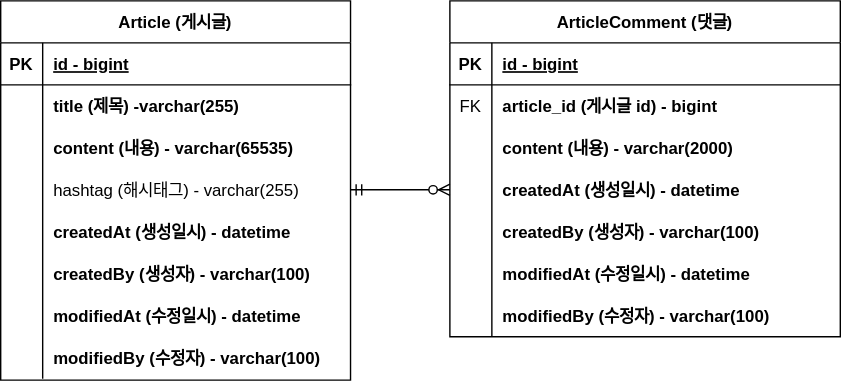
The draw.io diagram document/project-board-erd.svg in newheartbom/project-board, before a commit. Source tidied: cells renumbered, new cells last; positions are measured from the earlier drawing's top-left corner, leaving out a move shared by most shapes.
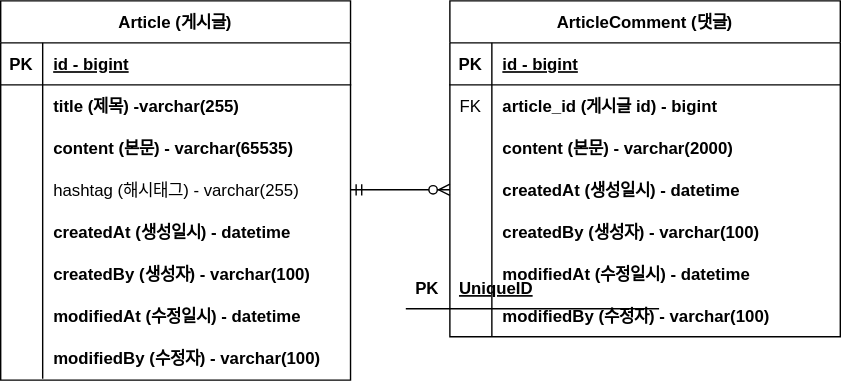
After the commit.

Commit message:
#6 - ERD 주석 업데이트

Change to the diagram source:
```diff
@@ -39,7 +39,7 @@
     <mxCell id="12" style="shape=partialRectangle;fillColor=none;top=0;left=0;bottom=0;right=0;overflow=hidden;" parent="11" vertex="1">
       <mxGeometry width="30" height="30" as="geometry" />
     </mxCell>
-    <mxCell id="13" value="content (내용) - varchar(65535)" style="shape=partialRectangle;fillColor=none;top=0;left=0;bottom=0;right=0;align=left;spacingLeft=6;overflow=hidden;fontStyle=1;" parent="11" vertex="1">
+    <mxCell id="13" value="content (본문) - varchar(65535)" style="shape=partialRectangle;fillColor=none;top=0;left=0;bottom=0;right=0;align=left;spacingLeft=6;overflow=hidden;fontStyle=1;" parent="11" vertex="1">
       <mxGeometry x="30" width="220" height="30" as="geometry" />
     </mxCell>
     <mxCell id="14" style="shape=tableRow;horizontal=0;startSize=0;swimlaneHead=0;swimlaneBody=0;fillColor=none;points=[[0,0.5],[1,0.5]];portConstraint=eastwest;top=0;left=0;right=0;bottom=0;" parent="4" vertex="1">
@@ -114,7 +114,7 @@
     <mxCell id="37" style="shape=partialRectangle;fillColor=none;top=0;left=0;bottom=0;right=0;overflow=hidden;" parent="36" vertex="1">
       <mxGeometry width="30" height="30" as="geometry" />
     </mxCell>
-    <mxCell id="38" value="content (내용) - varchar(2000)" style="shape=partialRectangle;fillColor=none;top=0;left=0;bottom=0;right=0;align=left;spacingLeft=6;overflow=hidden;fontStyle=1;" parent="36" vertex="1">
+    <mxCell id="38" value="content (본문) - varchar(2000)" style="shape=partialRectangle;fillColor=none;top=0;left=0;bottom=0;right=0;align=left;spacingLeft=6;overflow=hidden;fontStyle=1;" parent="36" vertex="1">
       <mxGeometry x="30" width="249" height="30" as="geometry" />
     </mxCell>
     <mxCell id="39" style="shape=tableRow;horizontal=0;startSize=0;swimlaneHead=0;swimlaneBody=0;fillColor=none;points=[[0,0.5],[1,0.5]];portConstraint=eastwest;top=0;left=0;right=0;bottom=0;" parent="29" vertex="1">
@@ -156,5 +156,17 @@
     <mxCell id="51" style="edgeStyle=entityRelationEdgeStyle;fontSize=12;html=1;endArrow=ERzeroToMany;startArrow=ERmandOne;rounded=0;exitX=1;exitY=0.5;exitDx=0;exitDy=0;entryX=0;entryY=0.5;entryDx=0;entryDy=0;" parent="1" edge="1" source="14" target="39">
       <mxGeometry relative="1" as="geometry" />
     </mxCell>
+    <mxCell id="52" style="shape=table;startSize=0;rowLines=0;fontStyle=0;align=center;strokeColor=none;fillColor=none;" parent="1" vertex="1">
+      <mxGeometry x="290" y="190" width="180" height="30" as="geometry" />
+    </mxCell>
+    <mxCell id="53" style="shape=tableRow;horizontal=0;startSize=0;swimlaneHead=0;swimlaneBody=0;fillColor=none;top=0;left=0;right=0;bottom=1;" parent="52" vertex="1">
+      <mxGeometry width="180" height="30" as="geometry" />
+    </mxCell>
+    <mxCell id="54" value="PK" style="shape=partialRectangle;fillColor=none;top=0;left=0;bottom=0;right=0;fontStyle=1;overflow=hidden;" parent="53" vertex="1">
+      <mxGeometry width="30" height="30" as="geometry" />
+    </mxCell>
+    <mxCell id="55" value="UniqueID" style="shape=partialRectangle;fillColor=none;top=0;left=0;bottom=0;right=0;align=left;spacingLeft=6;fontStyle=5;overflow=hidden;" parent="53" vertex="1">
+      <mxGeometry x="30" width="150" height="30" as="geometry" />
+    </mxCell>
   </root>
 </mxGraphModel>
```
